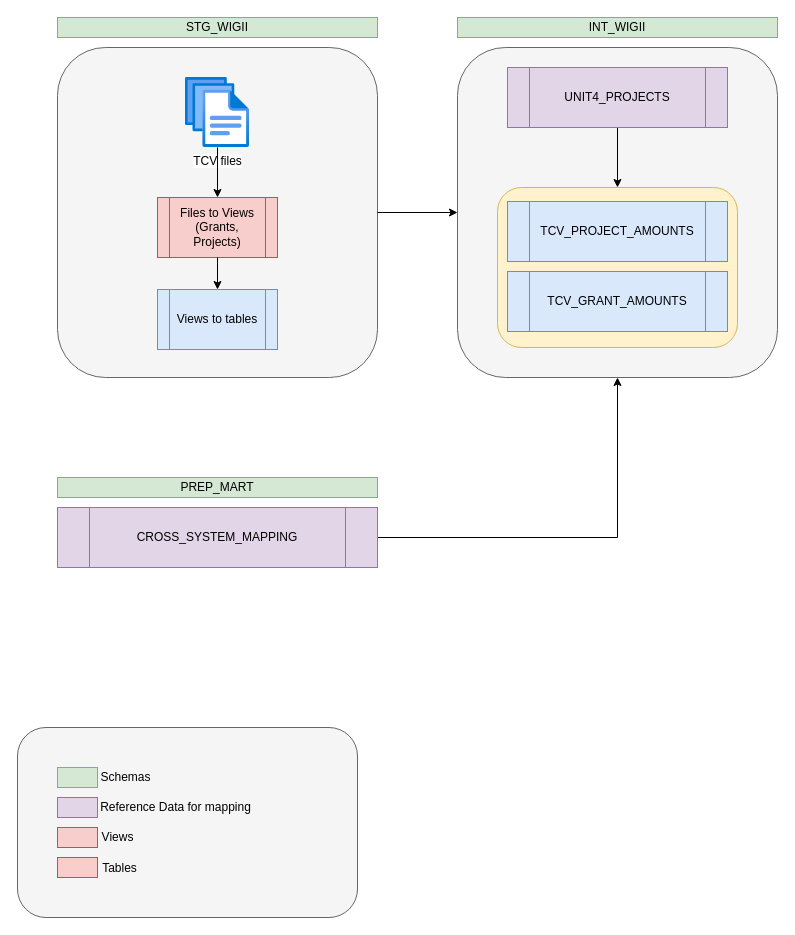
Above: Wigii TCVs data flow.drawio in Medair/drawio (draw.io), before the change. Source tidied: cells renumbered, new cells numbered last; positions are measured from the earlier drawing's top-left corner, leaving out a move shared by most shapes. Both pictures are drawn from the tidied source at 100%, with x=0, y=0 at pixel (17, 17).
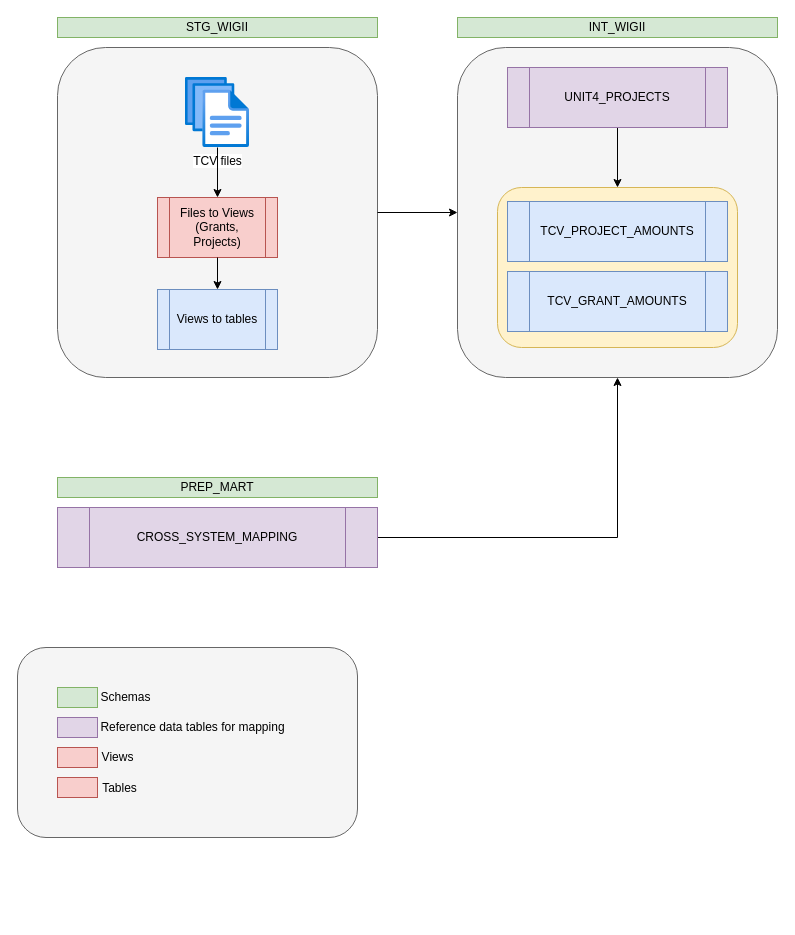
The same page after the edit.

The edit, as a diff of the source:
```diff
@@
     <mxCell id="2" style="rounded=1;whiteSpace=wrap;html=1;fillColor=#f5f5f5;fontColor=#333333;strokeColor=#666666;fontSize=11;" parent="1" vertex="1">
-      <mxGeometry y="710" width="340" height="190" as="geometry" />
+      <mxGeometry y="630" width="340" height="190" as="geometry" />
     </mxCell>
@@
     <mxCell id="22" style="rounded=0;whiteSpace=wrap;html=1;fillColor=#d5e8d4;strokeColor=#82b366;" parent="1" vertex="1">
-      <mxGeometry x="40" y="750" width="40" height="20" as="geometry" />
+      <mxGeometry x="40" y="670" width="40" height="20" as="geometry" />
     </mxCell>
     <mxCell id="23" style="rounded=0;whiteSpace=wrap;html=1;fillColor=#e1d5e7;strokeColor=#9673a6;" parent="1" vertex="1">
-      <mxGeometry x="40" y="780" width="40" height="20" as="geometry" />
+      <mxGeometry x="40" y="700" width="40" height="20" as="geometry" />
     </mxCell>
-    <mxCell id="24" value="Reference Data for mapping" style="text;html=1;align=center;verticalAlign=middle;strokeColor=none;fillColor=none;" parent="1" vertex="1">
-      <mxGeometry x="73" y="775" width="170" height="30" as="geometry" />
+    <mxCell id="24" value="Reference data tables for mapping" style="text;html=1;align=center;verticalAlign=middle;strokeColor=none;fillColor=none;" parent="1" vertex="1">
+      <mxGeometry x="70" y="695" width="210" height="30" as="geometry" />
     </mxCell>
     <mxCell id="25" value="Schemas" style="text;html=1;align=center;verticalAlign=middle;strokeColor=none;fillColor=none;" parent="1" vertex="1">
-      <mxGeometry x="73" y="745" width="70" height="30" as="geometry" />
+      <mxGeometry x="73" y="665" width="70" height="30" as="geometry" />
     </mxCell>
     <mxCell id="26" style="rounded=0;whiteSpace=wrap;html=1;fillColor=#f8cecc;strokeColor=#b85450;" parent="1" vertex="1">
-      <mxGeometry x="40" y="810" width="40" height="20" as="geometry" />
+      <mxGeometry x="40" y="730" width="40" height="20" as="geometry" />
     </mxCell>
     <mxCell id="27" value="Views" style="text;html=1;align=center;verticalAlign=middle;strokeColor=none;fillColor=none;" parent="1" vertex="1">
-      <mxGeometry x="70" y="805" width="60" height="30" as="geometry" />
+      <mxGeometry x="70" y="725" width="60" height="30" as="geometry" />
     </mxCell>
     <mxCell id="28" style="rounded=0;whiteSpace=wrap;html=1;fillColor=#f8cecc;strokeColor=#b85450;" parent="1" vertex="1">
-      <mxGeometry x="40" y="840" width="40" height="20" as="geometry" />
+      <mxGeometry x="40" y="760" width="40" height="20" as="geometry" />
     </mxCell>
     <mxCell id="29" value="Tables" style="text;html=1;align=center;verticalAlign=middle;strokeColor=none;fillColor=none;" parent="1" vertex="1">
-      <mxGeometry x="72" y="836" width="60" height="30" as="geometry" />
+      <mxGeometry x="72" y="756" width="60" height="30" as="geometry" />
     </mxCell>
```
